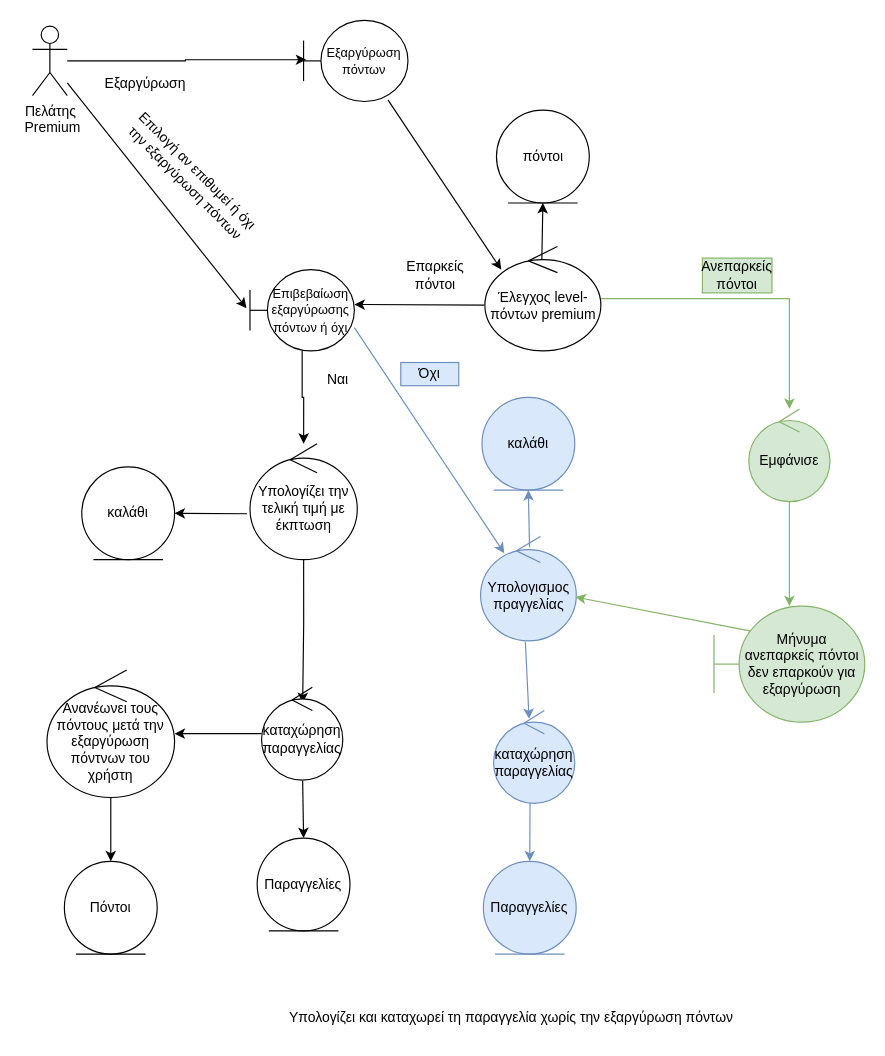
Above: Παραδοτέο_4/robustness/use_case_7.drawio in Galenus-Pharmacy/GalenusPharmacies (draw.io), before the change. Source tidied: cells renumbered, new cells numbered last; positions are measured from the earlier drawing's top-left corner, leaving out a move shared by most shapes. Both pictures are drawn from the tidied source at 116%, with x=0, y=0 at pixel (31, 20).
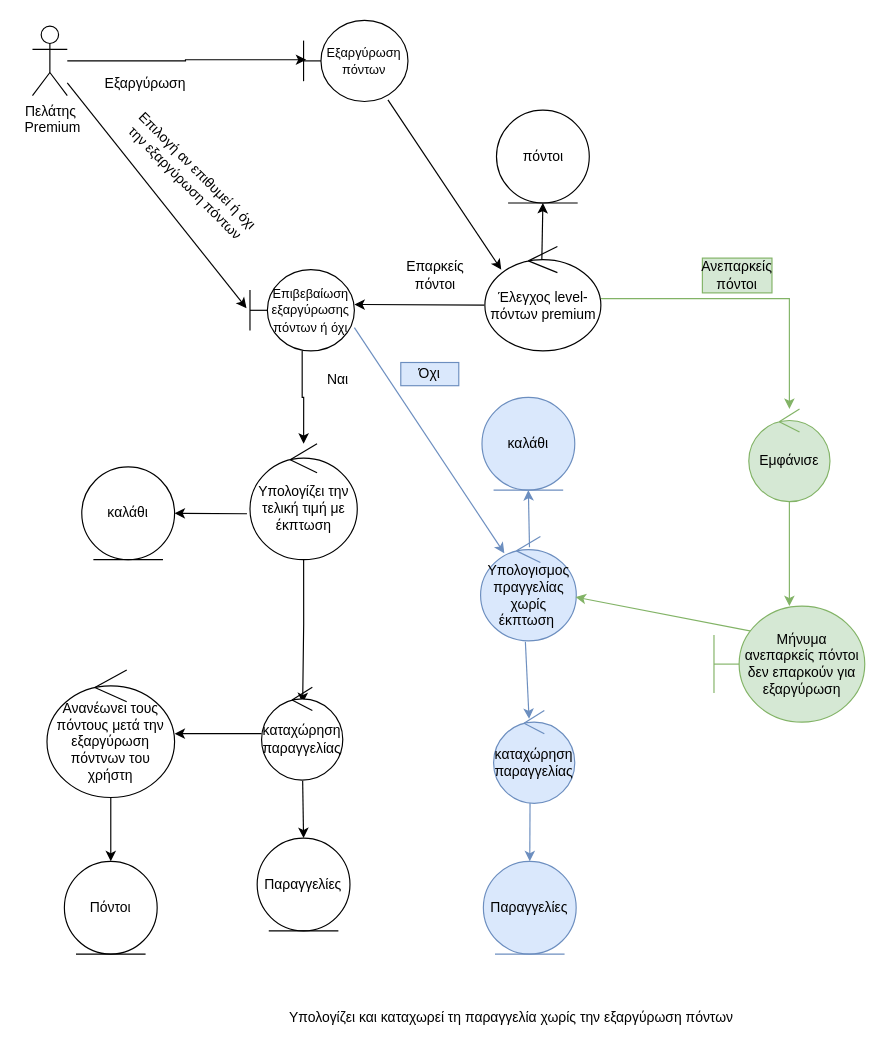
The same page after the edit.

What changed in the source:
```diff
@@
-    <mxCell id="14" value="Υπολογισμος πραγγελίας" style="ellipse;shape=umlControl;whiteSpace=wrap;html=1;strokeColor=#6c8ebf;fillColor=#dae8fc;" parent="1" vertex="1">
+    <mxCell id="14" value="Υπολογισμος πραγγελίας χωρίς έκπτωση&amp;nbsp;" style="ellipse;shape=umlControl;whiteSpace=wrap;html=1;strokeColor=#6c8ebf;fillColor=#dae8fc;" parent="1" vertex="1">
       <mxGeometry x="386.8" y="445" width="82.5" height="90" as="geometry" />
     </mxCell>
```
